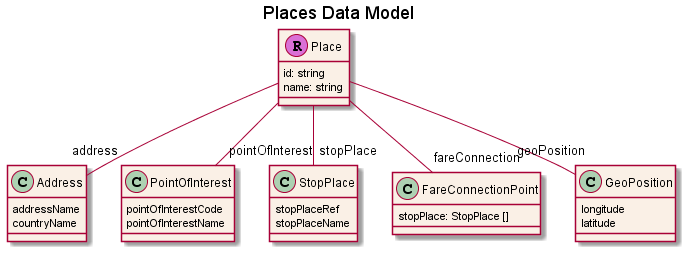
The PlantUML diagram images/models/places.png in UnionInternationalCheminsdeFer/OSDM, before a commit.
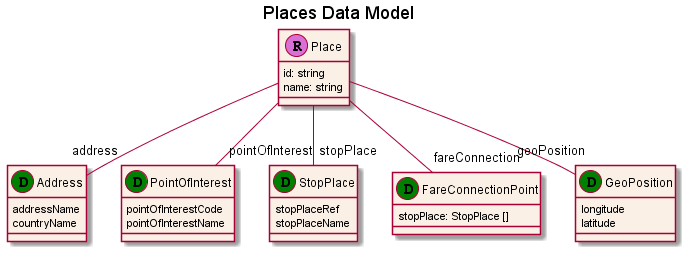
The same diagram one commit later.

Diff of the diagram source:
```diff
@@ -6,26 +6,26 @@
   name: string
 }
 
-class Address #linen {
+class Address <<D, Green>> #linen {
   addressName
   countryName
 }
 
-class PointOfInterest #linen {
+class PointOfInterest <<D, Green>> #linen {
   pointOfInterestCode
   pointOfInterestName
 }
 
-class StopPlace #linen {
+class StopPlace <<D, Green>> #linen {
   stopPlaceRef
   stopPlaceName
 }
 
-class FareConnectionPoint #linen {
+class FareConnectionPoint <<D, Green>> #linen {
   stopPlace: StopPlace []
 }
 
-class GeoPosition #linen {
+class GeoPosition <<D, Green>> #linen {
   longitude
   latitude
 }
```
